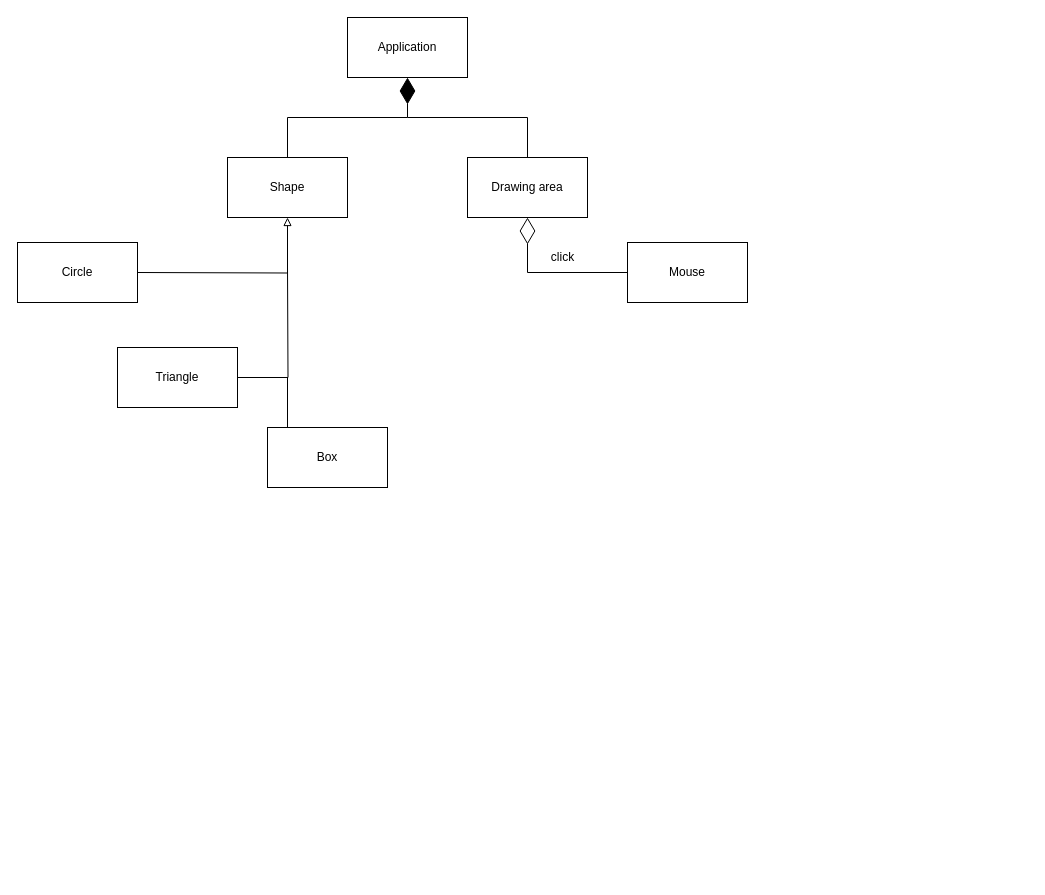
Above: Cse4361_HW1.drawio in VoHoAnhTuan/Diagrams (draw.io), before the change. Source tidied: cells renumbered, new cells numbered last; positions are measured from the earlier drawing's top-left corner, leaving out a move shared by most shapes. Both pictures are drawn from the tidied source at 100%, with x=0, y=0 at pixel (17, 17).
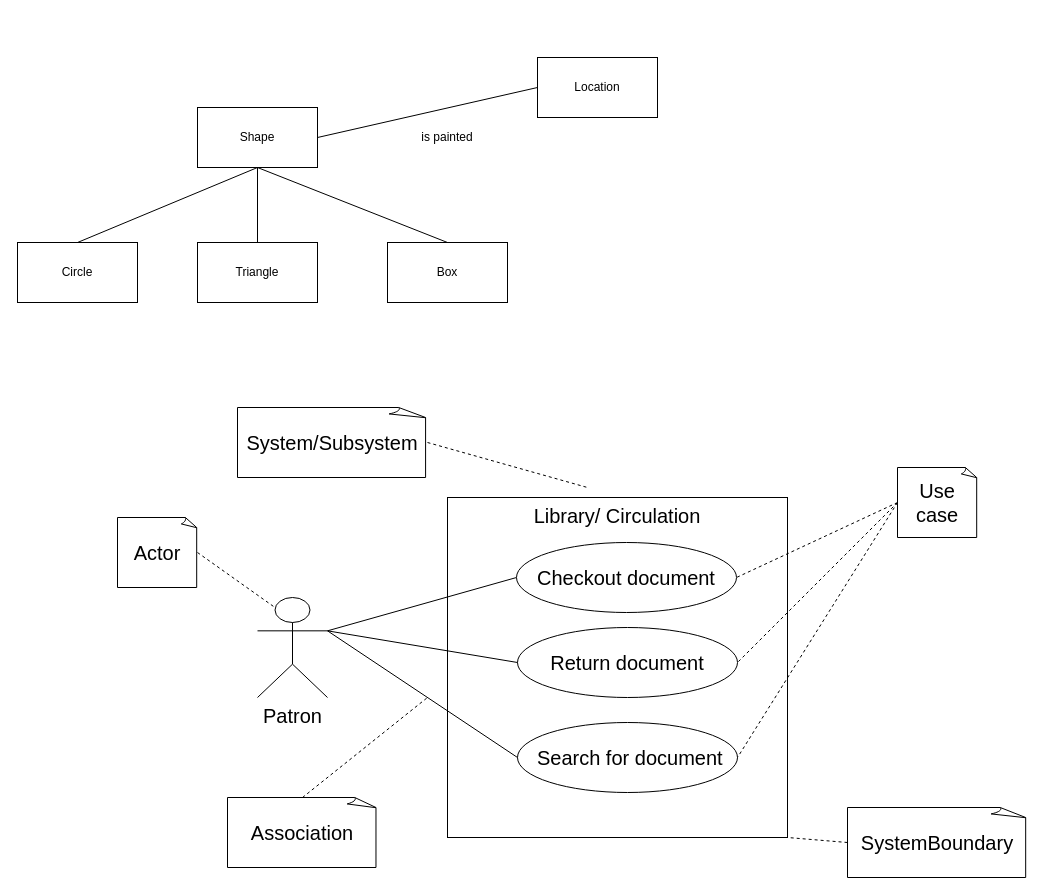
After the change.

Unchanged cells that the change refers to:
```xml
<mxCell id="8" value="Circle" style="rounded=0;whiteSpace=wrap;html=1;" parent="1" vertex="1">
  <mxGeometry y="225" width="120" height="60" as="geometry" />
</mxCell>
```

Change to the diagram source:
```diff
@@
-    <mxCell id="2" value="Application" style="rounded=0;whiteSpace=wrap;html=1;" parent="1" vertex="1">
-      <mxGeometry x="330" width="120" height="60" as="geometry" />
-    </mxCell>
-    <mxCell id="3" style="edgeStyle=orthogonalEdgeStyle;rounded=0;jettySize=auto;html=1;exitX=0.5;exitY=0;exitDx=0;exitDy=0;endArrow=none;endFill=0;" parent="1" edge="1" source="4">
-      <mxGeometry relative="1" as="geometry">
-        <mxPoint x="390" y="100" as="targetPoint" />
-        <Array as="points">
-          <mxPoint x="510" y="100" />
-        </Array>
-      </mxGeometry>
-    </mxCell>
-    <mxCell id="4" value="Drawing area" style="rounded=0;whiteSpace=wrap;html=1;" parent="1" vertex="1">
-      <mxGeometry x="450" y="140" width="120" height="60" as="geometry" />
-    </mxCell>
+    <mxCell id="16" value="&lt;font style=&quot;font-size: 20px;&quot;&gt;Library/ Circulation&lt;br&gt;&lt;/font&gt;" style="html=1;whiteSpace=wrap;labelPosition=center;verticalLabelPosition=middle;align=center;verticalAlign=top;" parent="1" vertex="1">
+      <mxGeometry x="430" y="480" width="340" height="340" as="geometry" />
+    </mxCell>
     <mxCell id="5" value="Shape" style="rounded=0;whiteSpace=wrap;html=1;" parent="1" vertex="1">
-      <mxGeometry x="210" y="140" width="120" height="60" as="geometry" />
+      <mxGeometry x="180" y="90" width="120" height="60" as="geometry" />
     </mxCell>
     <mxCell id="6" value="Box" style="rounded=0;whiteSpace=wrap;html=1;" parent="1" vertex="1">
-      <mxGeometry x="250" y="410" width="120" height="60" as="geometry" />
+      <mxGeometry x="370" y="225" width="120" height="60" as="geometry" />
     </mxCell>
     <mxCell id="7" value="Triangle" style="rounded=0;whiteSpace=wrap;html=1;" parent="1" vertex="1">
-      <mxGeometry x="100" y="330" width="120" height="60" as="geometry" />
+      <mxGeometry x="180" y="225" width="120" height="60" as="geometry" />
     </mxCell>
@@
-    <mxCell id="9" value="Mouse" style="rounded=0;whiteSpace=wrap;html=1;" parent="1" vertex="1">
-      <mxGeometry x="610" y="225" width="120" height="60" as="geometry" />
-    </mxCell>
-    <mxCell id="10" style="endArrow=block;endFill=0;html=1;edgeStyle=orthogonalEdgeStyle;align=left;verticalAlign=top;rounded=0;entryX=0.5;entryY=1;entryDx=0;entryDy=0;" parent="1" edge="1" target="5">
-      <mxGeometry x="-1" relative="1" as="geometry">
-        <mxPoint x="120" y="255" as="sourcePoint" />
-      </mxGeometry>
-    </mxCell>
-    <mxCell id="11" style="endArrow=none;html=1;rounded=0;edgeStyle=orthogonalEdgeStyle;exitX=1;exitY=0.5;exitDx=0;exitDy=0;" parent="1" edge="1" source="7">
-      <mxGeometry relative="1" as="geometry">
-        <mxPoint x="270" y="250" as="targetPoint" />
-      </mxGeometry>
-    </mxCell>
-    <mxCell id="12" style="endArrow=none;html=1;rounded=0;" parent="1" edge="1">
-      <mxGeometry relative="1" as="geometry">
-        <mxPoint x="270" y="410" as="sourcePoint" />
-        <mxPoint x="270" y="360" as="targetPoint" />
-      </mxGeometry>
-    </mxCell>
-    <mxCell id="13" style="endArrow=diamondThin;endFill=1;endSize=24;html=1;rounded=0;entryX=0.5;entryY=1;entryDx=0;entryDy=0;exitX=0.5;exitY=0;exitDx=0;exitDy=0;edgeStyle=orthogonalEdgeStyle;" parent="1" edge="1" source="5" target="2">
-      <mxGeometry relative="1" as="geometry" />
-    </mxCell>
-    <mxCell id="14" style="endArrow=diamondThin;endFill=0;endSize=24;html=1;rounded=0;entryX=0.5;entryY=1;entryDx=0;entryDy=0;exitX=0;exitY=0.5;exitDx=0;exitDy=0;edgeStyle=orthogonalEdgeStyle;" parent="1" edge="1" source="9" target="4">
-      <mxGeometry relative="1" as="geometry" />
-    </mxCell>
-    <mxCell id="15" value="click" style="text;html=1;align=center;verticalAlign=middle;strokeColor=none;fillColor=none;" parent="1" vertex="1">
-      <mxGeometry x="520" y="225" width="50" height="30" as="geometry" />
-    </mxCell>
+    <mxCell id="17" style="endArrow=none;html=1;rounded=0;exitX=0.5;exitY=0;exitDx=0;exitDy=0;entryX=0.5;entryY=1;entryDx=0;entryDy=0;" parent="1" edge="1" source="8" target="5">
+      <mxGeometry relative="1" as="geometry" />
+    </mxCell>
+    <mxCell id="18" style="endArrow=none;html=1;rounded=0;entryX=0.5;entryY=1;entryDx=0;entryDy=0;exitX=0.5;exitY=0;exitDx=0;exitDy=0;" parent="1" edge="1" source="6" target="5">
+      <mxGeometry relative="1" as="geometry" />
+    </mxCell>
+    <mxCell id="19" style="endArrow=none;html=1;rounded=0;entryX=0.5;entryY=1;entryDx=0;entryDy=0;" parent="1" edge="1" target="5">
+      <mxGeometry relative="1" as="geometry">
+        <mxPoint x="240" y="225" as="sourcePoint" />
+      </mxGeometry>
+    </mxCell>
+    <mxCell id="20" value="Location" style="rounded=0;whiteSpace=wrap;html=1;" parent="1" vertex="1">
+      <mxGeometry x="520" y="40" width="120" height="60" as="geometry" />
+    </mxCell>
+    <mxCell id="21" style="endArrow=none;html=1;rounded=0;exitX=1;exitY=0.5;exitDx=0;exitDy=0;" parent="1" edge="1" source="5">
+      <mxGeometry relative="1" as="geometry">
+        <mxPoint x="520" y="70" as="targetPoint" />
+      </mxGeometry>
+    </mxCell>
+    <mxCell id="22" value="Return document" style="ellipse;whiteSpace=wrap;html=1;fontSize=20;" parent="1" vertex="1">
+      <mxGeometry x="500" y="610" width="220" height="70" as="geometry" />
+    </mxCell>
+    <mxCell id="23" value="&amp;nbsp;Search for document" style="ellipse;whiteSpace=wrap;html=1;fontSize=20;" parent="1" vertex="1">
+      <mxGeometry x="500" y="705" width="220" height="70" as="geometry" />
+    </mxCell>
+    <mxCell id="24" value="is painted" style="text;html=1;strokeColor=none;fillColor=none;align=center;verticalAlign=middle;whiteSpace=wrap;rounded=0;" parent="1" vertex="1">
+      <mxGeometry x="400" y="105" width="60" height="30" as="geometry" />
+    </mxCell>
+    <mxCell id="25" style="rounded=0;jettySize=auto;html=1;exitX=1;exitY=0.3333333333333333;exitDx=0;exitDy=0;exitPerimeter=0;entryX=0;entryY=0.5;entryDx=0;entryDy=0;fontSize=20;endArrow=none;endFill=0;" parent="1" edge="1" source="28" target="41">
+      <mxGeometry relative="1" as="geometry" />
+    </mxCell>
+    <mxCell id="26" style="edgeStyle=none;rounded=0;jettySize=auto;html=1;exitX=1;exitY=0.3333333333333333;exitDx=0;exitDy=0;exitPerimeter=0;entryX=0;entryY=0.5;entryDx=0;entryDy=0;fontSize=20;endArrow=none;endFill=0;" parent="1" edge="1" source="28" target="22">
+      <mxGeometry relative="1" as="geometry" />
+    </mxCell>
+    <mxCell id="27" style="edgeStyle=none;rounded=0;jettySize=auto;html=1;exitX=1;exitY=0.3333333333333333;exitDx=0;exitDy=0;exitPerimeter=0;entryX=0;entryY=0.5;entryDx=0;entryDy=0;fontSize=20;endArrow=none;endFill=0;" parent="1" edge="1" source="28" target="23">
+      <mxGeometry relative="1" as="geometry" />
+    </mxCell>
+    <mxCell id="28" value="Patron" style="shape=umlActor;verticalLabelPosition=bottom;verticalAlign=top;html=1;fontSize=20;" parent="1" vertex="1">
+      <mxGeometry x="240" y="580" width="70" height="100" as="geometry" />
+    </mxCell>
+    <mxCell id="29" style="edgeStyle=none;rounded=0;jettySize=auto;html=1;exitX=1;exitY=0.5;exitDx=0;exitDy=0;exitPerimeter=0;entryX=0.25;entryY=0.1;entryDx=0;entryDy=0;entryPerimeter=0;fontSize=20;endArrow=none;endFill=0;dashed=1;" parent="1" edge="1" source="30" target="28">
+      <mxGeometry relative="1" as="geometry" />
+    </mxCell>
+    <mxCell id="30" value="Actor" style="whiteSpace=wrap;html=1;shape=mxgraph.basic.document;fontSize=20;" parent="1" vertex="1">
+      <mxGeometry x="100" y="500" width="80" height="70" as="geometry" />
+    </mxCell>
+    <mxCell id="31" style="edgeStyle=none;rounded=0;jettySize=auto;html=1;exitX=0;exitY=0.5;exitDx=0;exitDy=0;exitPerimeter=0;entryX=1;entryY=1;entryDx=0;entryDy=0;dashed=1;fontSize=20;endArrow=none;endFill=0;" parent="1" edge="1" source="32" target="16">
+      <mxGeometry relative="1" as="geometry" />
+    </mxCell>
+    <mxCell id="32" value="SystemBoundary" style="whiteSpace=wrap;html=1;shape=mxgraph.basic.document;fontSize=20;" parent="1" vertex="1">
+      <mxGeometry x="830" y="790" width="180" height="70" as="geometry" />
+    </mxCell>
+    <mxCell id="33" style="edgeStyle=none;rounded=0;jettySize=auto;html=1;exitX=0;exitY=0.5;exitDx=0;exitDy=0;exitPerimeter=0;entryX=1;entryY=0.5;entryDx=0;entryDy=0;dashed=1;fontSize=20;endArrow=none;endFill=0;" parent="1" edge="1" source="36" target="41">
+      <mxGeometry relative="1" as="geometry" />
+    </mxCell>
+    <mxCell id="34" style="edgeStyle=none;rounded=0;jettySize=auto;html=1;exitX=0;exitY=0.5;exitDx=0;exitDy=0;exitPerimeter=0;entryX=1;entryY=0.5;entryDx=0;entryDy=0;dashed=1;fontSize=20;endArrow=none;endFill=0;" parent="1" edge="1" source="36" target="22">
+      <mxGeometry relative="1" as="geometry" />
+    </mxCell>
+    <mxCell id="35" style="edgeStyle=none;rounded=0;jettySize=auto;html=1;exitX=0;exitY=0.5;exitDx=0;exitDy=0;exitPerimeter=0;entryX=1;entryY=0.5;entryDx=0;entryDy=0;dashed=1;fontSize=20;endArrow=none;endFill=0;" parent="1" edge="1" source="36" target="23">
+      <mxGeometry relative="1" as="geometry" />
+    </mxCell>
+    <mxCell id="36" value="Use case" style="whiteSpace=wrap;html=1;shape=mxgraph.basic.document;fontSize=20;" parent="1" vertex="1">
+      <mxGeometry x="880" y="450" width="80" height="70" as="geometry" />
+    </mxCell>
+    <mxCell id="37" style="edgeStyle=none;rounded=0;jettySize=auto;html=1;exitX=0.5;exitY=0;exitDx=0;exitDy=0;exitPerimeter=0;dashed=1;fontSize=20;endArrow=none;endFill=0;" parent="1" edge="1" source="38">
+      <mxGeometry relative="1" as="geometry">
+        <mxPoint x="410" y="680" as="targetPoint" />
+      </mxGeometry>
+    </mxCell>
+    <mxCell id="38" value="Association" style="whiteSpace=wrap;html=1;shape=mxgraph.basic.document;fontSize=20;" parent="1" vertex="1">
+      <mxGeometry x="210" y="780" width="150" height="70" as="geometry" />
+    </mxCell>
+    <mxCell id="39" value="System/Subsystem" style="whiteSpace=wrap;html=1;shape=mxgraph.basic.document;fontSize=20;" parent="1" vertex="1">
+      <mxGeometry x="220" y="390" width="190" height="70" as="geometry" />
+    </mxCell>
+    <mxCell id="40" style="edgeStyle=none;rounded=0;jettySize=auto;html=1;exitX=1;exitY=0.5;exitDx=0;exitDy=0;exitPerimeter=0;dashed=1;fontSize=20;endArrow=none;endFill=0;" parent="1" edge="1" source="39">
+      <mxGeometry relative="1" as="geometry">
+        <mxPoint x="570" y="470" as="targetPoint" />
+      </mxGeometry>
+    </mxCell>
+    <mxCell id="41" value="Checkout document" style="ellipse;whiteSpace=wrap;html=1;fontSize=20;" parent="1" vertex="1">
+      <mxGeometry x="499" y="525" width="220" height="70" as="geometry" />
+    </mxCell>
```
